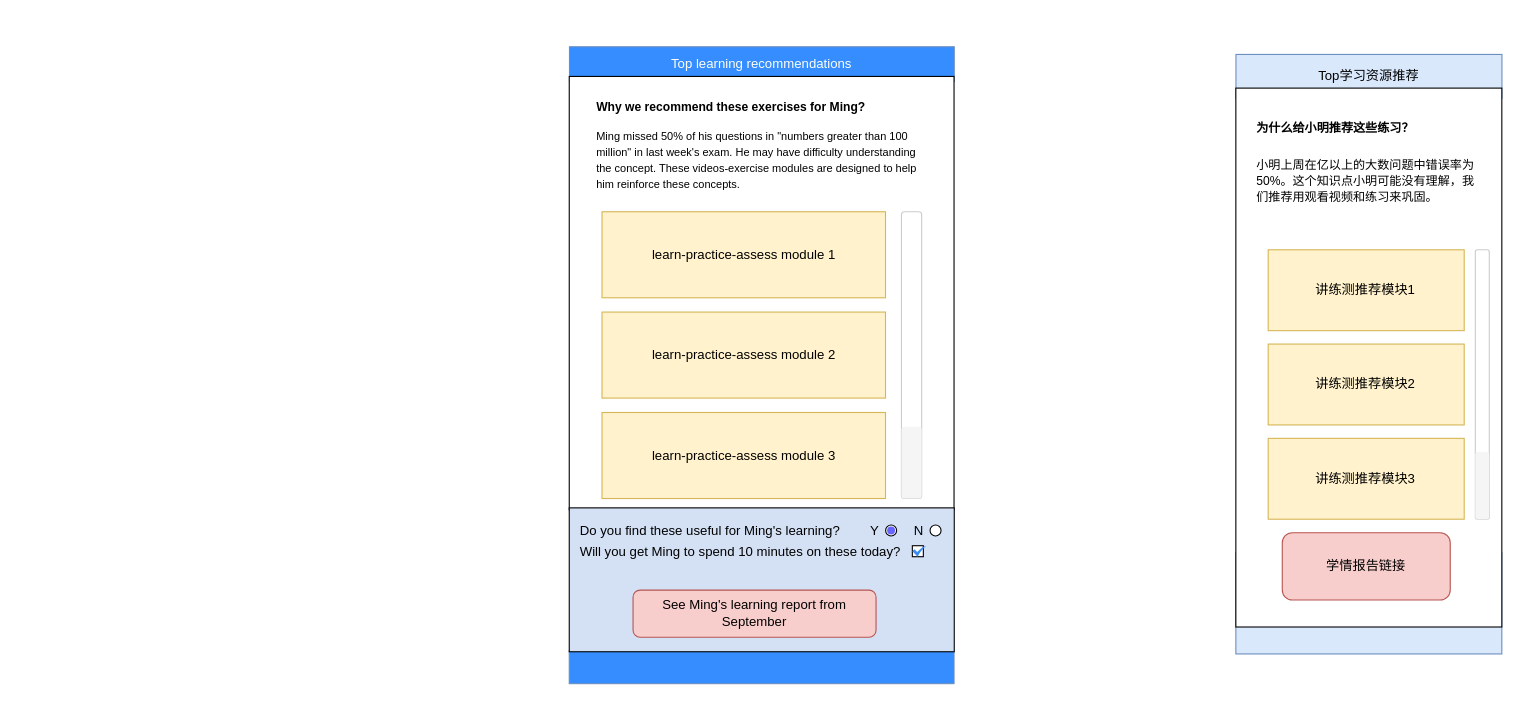
The draw.io diagram parent_nudge_learn_practice_module.drawio in henrishi/drawio, before the edit. Source tidied: cells renumbered, new cells numbered last; positions are measured from the earlier drawing's top-left corner, leaving out a move shared by most shapes. Both pictures are drawn from the tidied source at 110%, with x=0, y=0 at pixel (569, 46).
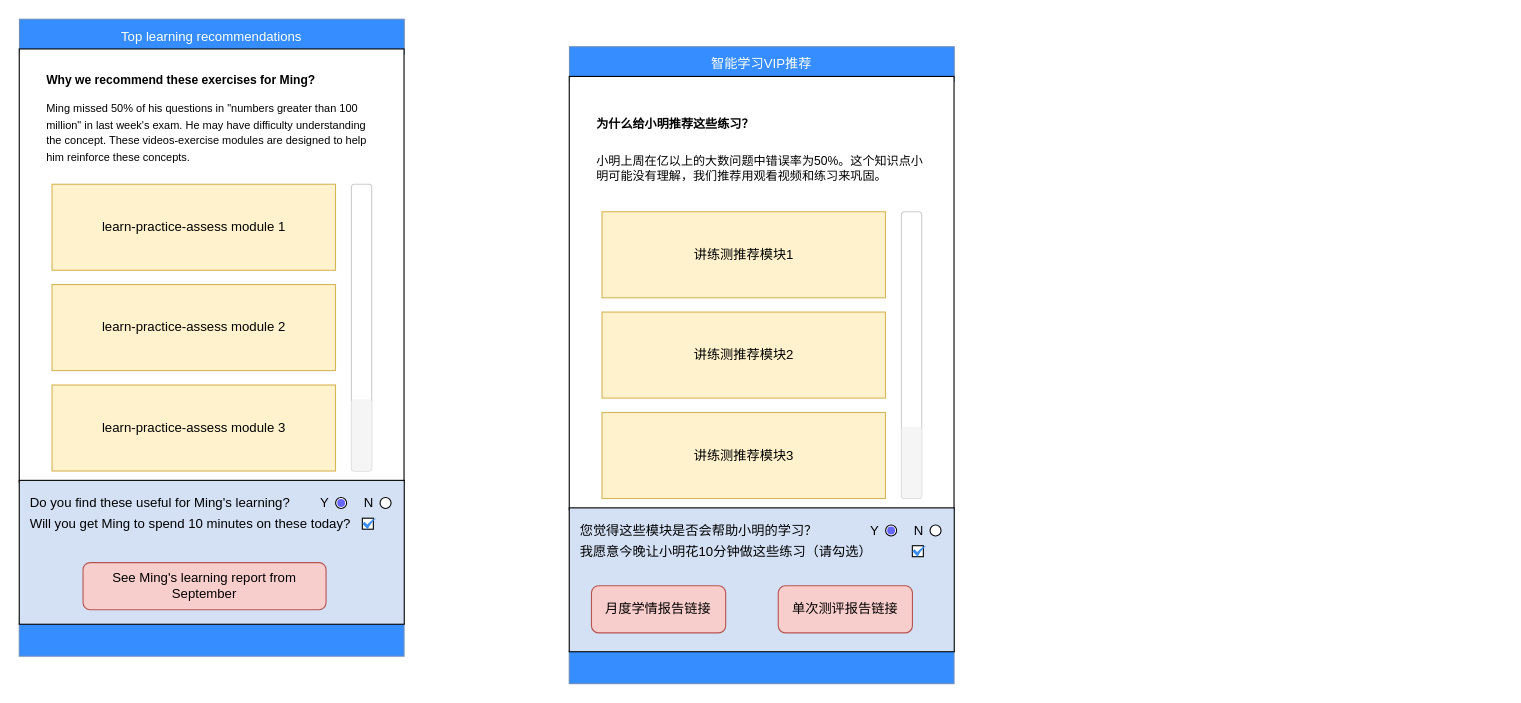
The same diagram, later.

Unchanged cells that the change refers to:
```xml
<mxCell id="13" style="group;" parent="1" vertex="1">
  <mxGeometry width="357.5" height="579" as="geometry" />
</mxCell>
<mxCell id="25" style="group;" parent="13" vertex="1">
  <mxGeometry x="7.5" y="422" width="350" height="136" as="geometry" />
</mxCell>
<mxCell id="27" style="group;" parent="25" vertex="1">
  <mxGeometry y="20.8" width="350" height="110" as="geometry" />
</mxCell>
```

The edit, as a diff of the source:
```diff
@@
-    <mxCell id="2" style="group;" parent="1" vertex="1">
-      <mxGeometry x="606" y="7" width="242" height="545" as="geometry" />
-    </mxCell>
-    <mxCell id="3" style="rounded=0;whiteSpace=wrap;html=1;fillColor=#dae8fc;strokeColor=#6c8ebf;" parent="2" vertex="1">
-      <mxGeometry y="453.1" width="241.8" height="91.9" as="geometry" />
-    </mxCell>
-    <mxCell id="4" value="Top学习资源推荐" style="rounded=0;whiteSpace=wrap;html=1;fillColor=#dae8fc;strokeColor=#6c8ebf;" parent="2" vertex="1">
-      <mxGeometry x="0.1" width="241.8" height="40" as="geometry" />
-    </mxCell>
-    <mxCell id="5" style="rounded=0;whiteSpace=wrap;html=1;" parent="2" vertex="1">
-      <mxGeometry y="30.6" width="241.8" height="489.9" as="geometry" />
-    </mxCell>
-    <mxCell id="6" value="&lt;h1&gt;&lt;font style=&quot;font-size: 11px&quot;&gt;为什么给小明推荐这些练习？&amp;nbsp;&lt;/font&gt;&lt;/h1&gt;&lt;div&gt;&lt;font&gt;&lt;span style=&quot;font-size: 11px&quot;&gt;小明上周在亿以上的大数问题中错误率为50%。这个知识点小明可能没有理解，我们推荐用观看视频和练习来巩固。&lt;/span&gt;&lt;br&gt;&lt;/font&gt;&lt;/div&gt;" style="text;html=1;strokeColor=none;fillColor=none;spacing=5;spacingTop=-20;whiteSpace=wrap;overflow=hidden;rounded=0;" parent="2" vertex="1">
-      <mxGeometry x="14" y="42.9" width="216.4" height="134.7" as="geometry" />
-    </mxCell>
-    <mxCell id="7" style="rounded=1;whiteSpace=wrap;html=1;strokeColor=#CCCCCC;" parent="2" vertex="1">
-      <mxGeometry x="217.7" y="177.6" width="12.7" height="244.9" as="geometry" />
-    </mxCell>
-    <mxCell id="8" value="学情报告链接" style="rounded=1;whiteSpace=wrap;html=1;fillColor=#f8cecc;strokeColor=#b85450;" parent="2" vertex="1">
-      <mxGeometry x="42.2" y="434.8" width="152.7" height="61.2" as="geometry" />
-    </mxCell>
-    <mxCell id="9" value="讲练测推荐模块1" style="rounded=0;whiteSpace=wrap;html=1;fillColor=#fff2cc;strokeColor=#d6b656;" parent="2" vertex="1">
-      <mxGeometry x="29.4" y="177.6" width="178.2" height="73.5" as="geometry" />
-    </mxCell>
-    <mxCell id="10" value="讲练测推荐模块2" style="rounded=0;whiteSpace=wrap;html=1;fillColor=#fff2cc;strokeColor=#d6b656;" parent="2" vertex="1">
-      <mxGeometry x="29.4" y="263.3" width="178.2" height="73.5" as="geometry" />
-    </mxCell>
-    <mxCell id="11" value="讲练测推荐模块3" style="rounded=0;whiteSpace=wrap;html=1;fillColor=#fff2cc;strokeColor=#d6b656;" parent="2" vertex="1">
-      <mxGeometry x="29.4" y="349" width="178.2" height="73.5" as="geometry" />
-    </mxCell>
-    <mxCell id="12" style="rounded=1;whiteSpace=wrap;html=1;fillColor=#f5f5f5;fontColor=#333333;strokeColor=none;" parent="2" vertex="1">
-      <mxGeometry x="217.7" y="361.3" width="12.7" height="61.2" as="geometry" />
-    </mxCell>
@@
-    <mxCell id="15" value="&lt;font color=&quot;#fdfff7&quot;&gt;Top learning recommendations&lt;/font&gt;" style="rounded=0;whiteSpace=wrap;html=1;strokeColor=#6c8ebf;fillColor=#368DFF;" parent="13" vertex="1">
+    <mxCell id="15" value="&lt;font color=&quot;#fdfff7&quot;&gt;智能学习VIP推荐&lt;/font&gt;" style="rounded=0;whiteSpace=wrap;html=1;strokeColor=#6c8ebf;fillColor=#368DFF;" parent="13" vertex="1">
       <mxGeometry x="0.2" width="349.8" height="31.6" as="geometry" />
     </mxCell>
@@
-    <mxCell id="17" value="&lt;p&gt;&lt;span style=&quot;font-size: 11px&quot;&gt;&lt;b&gt;Why we recommend these exercises for Ming?&lt;/b&gt;&lt;/span&gt;&lt;/p&gt;&lt;p&gt;&lt;font&gt;&lt;font style=&quot;font-size: 10px&quot;&gt;Ming missed 50% of his questions in &quot;numbers greater than 100 million&quot; in last week's exam. He may have difficulty understanding the concept. These videos-exercise modules are designed to help him reinforce these concepts.&amp;nbsp;&lt;/font&gt;&lt;/font&gt;&lt;/p&gt;" style="text;html=1;strokeColor=none;fillColor=none;spacing=5;spacingTop=-20;whiteSpace=wrap;overflow=hidden;rounded=0;" parent="13" vertex="1">
+    <mxCell id="17" value="&lt;h1&gt;&lt;font style=&quot;font-size: 11px&quot;&gt;为什么给小明推荐这些练习？&amp;nbsp;&lt;/font&gt;&lt;/h1&gt;&lt;div&gt;&lt;span style=&quot;font-size: 11px&quot;&gt;小明上周在亿以上的大数问题中错误率为50%。这个知识点小明可能没有理解，我们推荐用观看视频和练习来巩固。&lt;/span&gt;&lt;/div&gt;" style="text;html=1;strokeColor=none;fillColor=none;spacing=5;spacingTop=-20;whiteSpace=wrap;overflow=hidden;rounded=0;" parent="13" vertex="1">
       <mxGeometry x="20.2" y="45.6" width="313" height="133.7" as="geometry" />
     </mxCell>
@@
-    <mxCell id="19" value="learn-practice-assess module 1" style="rounded=0;whiteSpace=wrap;html=1;fillColor=#fff2cc;strokeColor=#d6b656;" parent="13" vertex="1">
+    <mxCell id="19" value="讲练测推荐模块1" style="rounded=0;whiteSpace=wrap;html=1;fillColor=#fff2cc;strokeColor=#d6b656;" parent="13" vertex="1">
       <mxGeometry x="29.8" y="150" width="257.7" height="78.2" as="geometry" />
     </mxCell>
-    <mxCell id="20" value="learn-practice-assess module 2" style="rounded=0;whiteSpace=wrap;html=1;fillColor=#fff2cc;strokeColor=#d6b656;" parent="13" vertex="1">
+    <mxCell id="20" value="讲练测推荐模块2" style="rounded=0;whiteSpace=wrap;html=1;fillColor=#fff2cc;strokeColor=#d6b656;" parent="13" vertex="1">
       <mxGeometry x="29.8" y="241.2" width="257.7" height="78.2" as="geometry" />
     </mxCell>
-    <mxCell id="21" value="learn-practice-assess module 3" style="rounded=0;whiteSpace=wrap;html=1;fillColor=#fff2cc;strokeColor=#d6b656;" parent="13" vertex="1">
+    <mxCell id="21" value="讲练测推荐模块3" style="rounded=0;whiteSpace=wrap;html=1;fillColor=#fff2cc;strokeColor=#d6b656;" parent="13" vertex="1">
       <mxGeometry x="29.8" y="332.5" width="257.7" height="78.2" as="geometry" />
     </mxCell>
@@
-    <mxCell id="24" value="See Ming's learning report from September" style="rounded=1;whiteSpace=wrap;html=1;fillColor=#f8cecc;strokeColor=#b85450;" parent="13" vertex="1">
-      <mxGeometry x="58" y="494" width="220.9" height="42.8" as="geometry" />
+    <mxCell id="24" value="月度学情报告链接" style="rounded=1;whiteSpace=wrap;html=1;fillColor=#f8cecc;strokeColor=#b85450;" parent="13" vertex="1">
+      <mxGeometry x="20.2" y="490" width="122" height="42.8" as="geometry" />
     </mxCell>
@@
-    <mxCell id="26" value="Do you find these useful for Ming's learning?" style="rounded=0;whiteSpace=wrap;html=1;align=left;strokeColor=none;fillColor=none;" parent="25" vertex="1">
+    <mxCell id="26" value="您觉得这些模块是否会帮助小明的学习？" style="rounded=0;whiteSpace=wrap;html=1;align=left;strokeColor=none;fillColor=none;" parent="25" vertex="1">
       <mxGeometry y="2" width="335.9" height="31.6" as="geometry" />
     </mxCell>
@@
-    <mxCell id="28" value="&lt;span&gt;Will you get Ming to spend 10 minutes on these today?&amp;nbsp;&amp;nbsp;&lt;/span&gt;" style="rounded=0;whiteSpace=wrap;html=1;align=left;strokeColor=none;fillColor=none;" parent="27" vertex="1">
+    <mxCell id="28" value="&lt;span&gt;我愿意今晚让小明花10分钟做这些练习&lt;/span&gt;（请勾选）" style="rounded=0;whiteSpace=wrap;html=1;align=left;strokeColor=none;fillColor=none;" parent="27" vertex="1">
       <mxGeometry width="335.9" height="31.6" as="geometry" />
     </mxCell>
@@
+    <mxCell id="38" value="单次测评报告链接" style="rounded=1;whiteSpace=wrap;html=1;fillColor=#f8cecc;strokeColor=#b85450;" parent="13" vertex="1">
+      <mxGeometry x="190" y="490" width="122" height="42.8" as="geometry" />
+    </mxCell>
+    <mxCell id="39" style="group;" parent="1" vertex="1">
+      <mxGeometry x="-500" y="-25" width="357.5" height="579" as="geometry" />
+    </mxCell>
+    <mxCell id="40" style="rounded=0;whiteSpace=wrap;html=1;strokeColor=#6c8ebf;fillColor=#368DFF;" parent="39" vertex="1">
+      <mxGeometry y="549" width="349.8" height="30" as="geometry" />
+    </mxCell>
+    <mxCell id="41" value="&lt;font color=&quot;#fdfff7&quot;&gt;Top learning recommendations&lt;/font&gt;" style="rounded=0;whiteSpace=wrap;html=1;strokeColor=#6c8ebf;fillColor=#368DFF;" parent="39" vertex="1">
+      <mxGeometry x="0.2" width="349.8" height="31.6" as="geometry" />
+    </mxCell>
+    <mxCell id="42" style="rounded=0;whiteSpace=wrap;html=1;" parent="39" vertex="1">
+      <mxGeometry y="27" width="349.8" height="394" as="geometry" />
+    </mxCell>
+    <mxCell id="43" value="&lt;p&gt;&lt;span style=&quot;font-size: 11px&quot;&gt;&lt;b&gt;Why we recommend these exercises for Ming?&lt;/b&gt;&lt;/span&gt;&lt;/p&gt;&lt;p&gt;&lt;font&gt;&lt;font style=&quot;font-size: 10px&quot;&gt;Ming missed 50% of his questions in &quot;numbers greater than 100 million&quot; in last week's exam. He may have difficulty understanding the concept. These videos-exercise modules are designed to help him reinforce these concepts.&amp;nbsp;&lt;/font&gt;&lt;/font&gt;&lt;/p&gt;" style="text;html=1;strokeColor=none;fillColor=none;spacing=5;spacingTop=-20;whiteSpace=wrap;overflow=hidden;rounded=0;" parent="39" vertex="1">
+      <mxGeometry x="20.2" y="45.6" width="313" height="133.7" as="geometry" />
+    </mxCell>
+    <mxCell id="44" style="rounded=1;whiteSpace=wrap;html=1;strokeColor=#CCCCCC;" parent="39" vertex="1">
+      <mxGeometry x="302" y="150" width="18.4" height="260.7" as="geometry" />
+    </mxCell>
+    <mxCell id="45" value="learn-practice-assess module 1" style="rounded=0;whiteSpace=wrap;html=1;fillColor=#fff2cc;strokeColor=#d6b656;" parent="39" vertex="1">
+      <mxGeometry x="29.8" y="150" width="257.7" height="78.2" as="geometry" />
+    </mxCell>
+    <mxCell id="46" value="learn-practice-assess module 2" style="rounded=0;whiteSpace=wrap;html=1;fillColor=#fff2cc;strokeColor=#d6b656;" parent="39" vertex="1">
+      <mxGeometry x="29.8" y="241.2" width="257.7" height="78.2" as="geometry" />
+    </mxCell>
+    <mxCell id="47" value="learn-practice-assess module 3" style="rounded=0;whiteSpace=wrap;html=1;fillColor=#fff2cc;strokeColor=#d6b656;" parent="39" vertex="1">
+      <mxGeometry x="29.8" y="332.5" width="257.7" height="78.2" as="geometry" />
+    </mxCell>
+    <mxCell id="48" style="rounded=1;whiteSpace=wrap;html=1;fillColor=#f5f5f5;fontColor=#333333;strokeColor=none;" parent="39" vertex="1">
+      <mxGeometry x="302" y="345.5" width="18.4" height="65.2" as="geometry" />
+    </mxCell>
+    <mxCell id="49" style="rounded=0;whiteSpace=wrap;html=1;fontSize=5;align=left;fillColor=#D4E1F5;" parent="39" vertex="1">
+      <mxGeometry y="419.2" width="350" height="130.8" as="geometry" />
+    </mxCell>
+    <mxCell id="50" value="See Ming's learning report from September" style="rounded=1;whiteSpace=wrap;html=1;fillColor=#f8cecc;strokeColor=#b85450;" parent="39" vertex="1">
+      <mxGeometry x="58" y="494" width="220.9" height="42.8" as="geometry" />
+    </mxCell>
+    <mxCell id="51" style="group;" parent="39" vertex="1">
+      <mxGeometry x="7.5" y="422" width="350" height="136" as="geometry" />
+    </mxCell>
+    <mxCell id="52" value="Do you find these useful for Ming's learning?" style="rounded=0;whiteSpace=wrap;html=1;align=left;strokeColor=none;fillColor=none;" parent="51" vertex="1">
+      <mxGeometry y="2" width="335.9" height="31.6" as="geometry" />
+    </mxCell>
+    <mxCell id="53" style="group;" parent="51" vertex="1">
+      <mxGeometry y="20.8" width="350" height="110" as="geometry" />
+    </mxCell>
+    <mxCell id="54" value="&lt;span&gt;Will you get Ming to spend 10 minutes on these today?&amp;nbsp;&amp;nbsp;&lt;/span&gt;" style="rounded=0;whiteSpace=wrap;html=1;align=left;strokeColor=none;fillColor=none;" parent="53" vertex="1">
+      <mxGeometry width="335.9" height="31.6" as="geometry" />
+    </mxCell>
+    <mxCell id="55" style="group;" parent="53" vertex="1">
+      <mxGeometry x="304.4" y="10.8" width="12.5" height="10" as="geometry" />
+    </mxCell>
+    <mxCell id="56" style="whiteSpace=wrap;html=1;fontSize=5;align=left;" parent="55" vertex="1">
+      <mxGeometry width="10" height="10" as="geometry" />
+    </mxCell>
+    <mxCell id="57" style="html=1;strokeColor=none;shadow=0;align=center;verticalAlign=top;fillColor=#3B8DF1;shape=mxgraph.gcp2.check;fontSize=5;" parent="55" vertex="1">
+      <mxGeometry width="12.5" height="10" as="geometry" />
+    </mxCell>
+    <mxCell id="58" value="Y" style="text;html=1;strokeColor=none;fillColor=none;align=center;verticalAlign=middle;whiteSpace=wrap;rounded=0;" parent="51" vertex="1">
+      <mxGeometry x="260.5" y="10.8" width="19.6" height="14" as="geometry" />
+    </mxCell>
+    <mxCell id="59" value="N" style="text;html=1;strokeColor=none;fillColor=none;align=center;verticalAlign=middle;whiteSpace=wrap;rounded=0;" parent="51" vertex="1">
+      <mxGeometry x="300.9" y="10.8" width="19.6" height="14" as="geometry" />
+    </mxCell>
+    <mxCell id="60" style="ellipse;whiteSpace=wrap;html=1;" parent="51" vertex="1">
+      <mxGeometry x="320.5" y="12.8" width="10" height="10" as="geometry" />
+    </mxCell>
+    <mxCell id="61" style="group;" parent="51" vertex="1">
+      <mxGeometry x="280.1" y="12.8" width="10" height="10" as="geometry" />
+    </mxCell>
+    <mxCell id="62" style="ellipse;whiteSpace=wrap;html=1;" parent="61" vertex="1">
+      <mxGeometry width="10" height="10" as="geometry" />
+    </mxCell>
+    <mxCell id="63" style="ellipse;whiteSpace=wrap;html=1;fontColor=#333333;strokeColor=none;fillColor=#6666FF;" parent="61" vertex="1">
+      <mxGeometry x="1.4" y="1.4" width="7.2" height="7.2" as="geometry" />
+    </mxCell>
```
